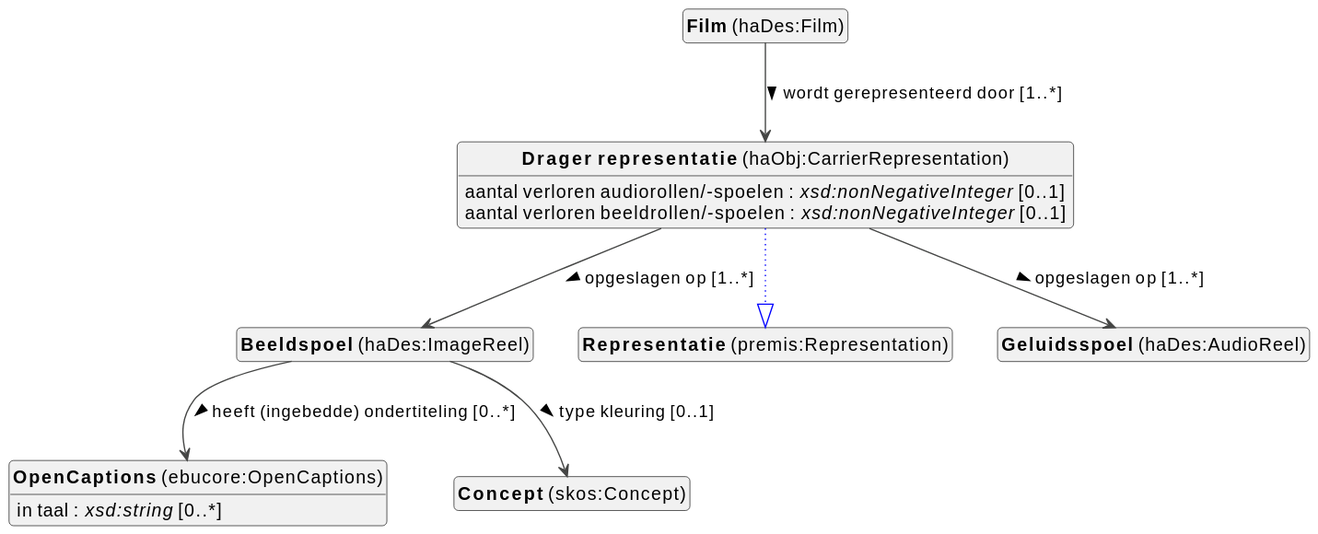
This is docs/metadata/knowledge-graph/0.0.1/film/nl/film-diagram.svg from viaacode/documentation-jekyll, a PlantUML export, as it was before one commit.
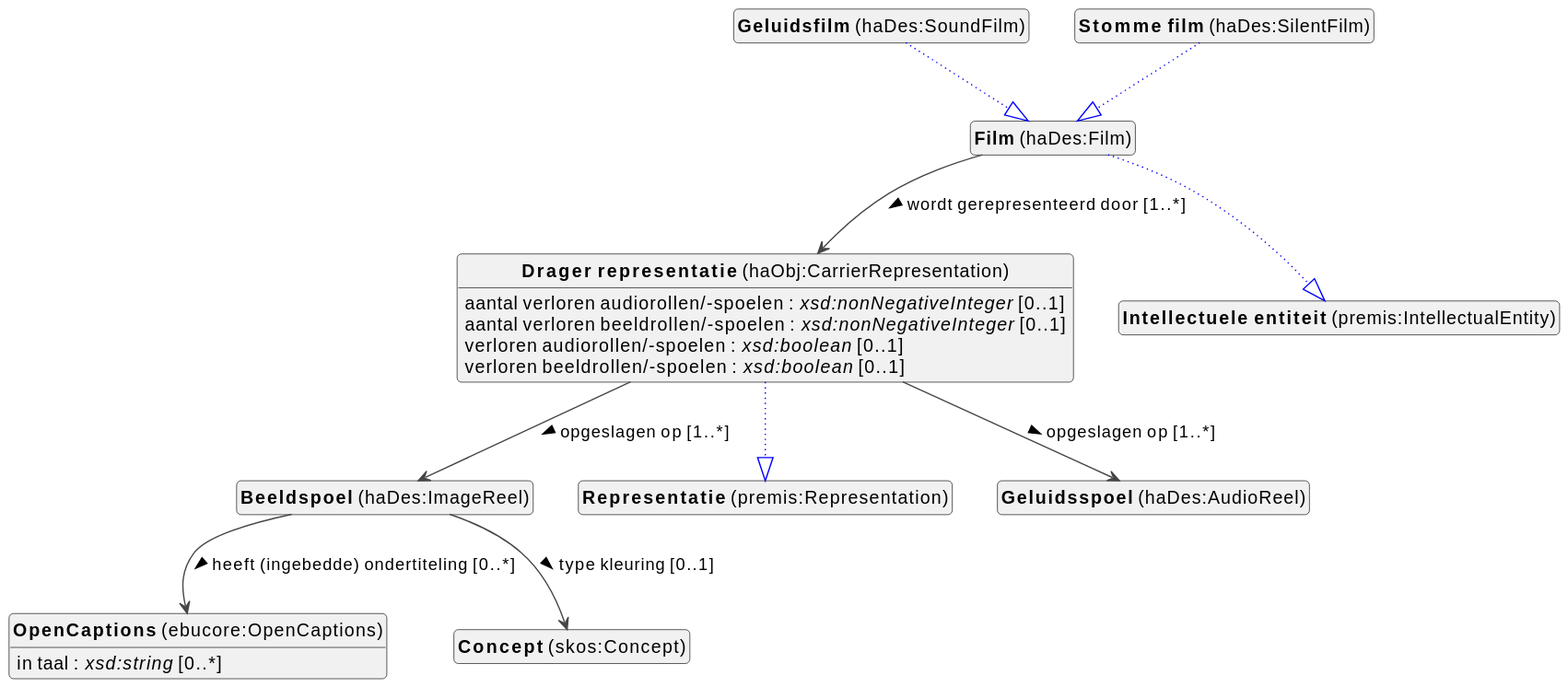
The same diagram one commit later.

Change to the diagram source:
```diff
@@ -16,7 +16,12 @@
 class "<b>Drager representatie</b> (haObj:CarrierRepresentation)" as haObj_CarrierRepresentation [[../../audiovisual/nl#haObj%3ACarrierRepresentation]]
 class "<b>Representatie</b> (premis:Representation)" as premis_Representation [[#premis%3ARepresentation]]
 class "<b>Film</b> (haDes:Film)" as haDes_Film [[#haDes%3AFilm]]
+class "<b>Intellectuele entiteit</b> (premis:IntellectualEntity)" as premis_IntellectualEntity [[#premis%3AIntellectualEntity]]
+class "<b>Geluidsfilm</b> (haDes:SoundFilm)" as haDes_SoundFilm [[#haDes%3ASoundFilm]]
+class "<b>Film</b> (haDes:Film)" as haDes_Film [[#haDes%3AFilm]]
 class "<b>Geluidsspoel</b> (haDes:AudioReel)" as haDes_AudioReel [[#haDes%3AAudioReel]]
+class "<b>Stomme film</b> (haDes:SilentFilm)" as haDes_SilentFilm [[#haDes%3ASilentFilm]]
+class "<b>Film</b> (haDes:Film)" as haDes_Film [[#haDes%3AFilm]]
 
 
 ebucore_OpenCaptions : in taal : <i>xsd:string</i> [0..*]
@@ -33,13 +38,23 @@
 haObj_CarrierRepresentation : aantal (film)rollen/-spoelen : <i>xsd:nonNegativeInteger</i> [0..1]
 haObj_CarrierRepresentation : aantal verloren audiorollen/-spoelen : <i>xsd:nonNegativeInteger</i> [0..1]
 haObj_CarrierRepresentation : aantal verloren beeldrollen/-spoelen : <i>xsd:nonNegativeInteger</i> [0..1]
+haObj_CarrierRepresentation : verloren audiorollen/-spoelen : <i>xsd:boolean</i> [0..1]
+haObj_CarrierRepresentation : verloren beeldrollen/-spoelen : <i>xsd:boolean</i> [0..1]
 haObj_CarrierRepresentation --> haDes_AudioReel :opgeslagen op [1..*]  >
 haObj_CarrierRepresentation --> haDes_ImageReel :opgeslagen op [1..*]  >
 
 
 
+haDes_Film --|> premis_IntellectualEntity #blue;line.dotted;text:blue
+
 haDes_Film --> haObj_CarrierRepresentation :wordt gerepresenteerd door [1..*]  >
 
+haDes_SoundFilm --|> haDes_Film #blue;line.dotted;text:blue
+
+
+
+
+haDes_SilentFilm --|> haDes_Film #blue;line.dotted;text:blue
 
 
 
```
